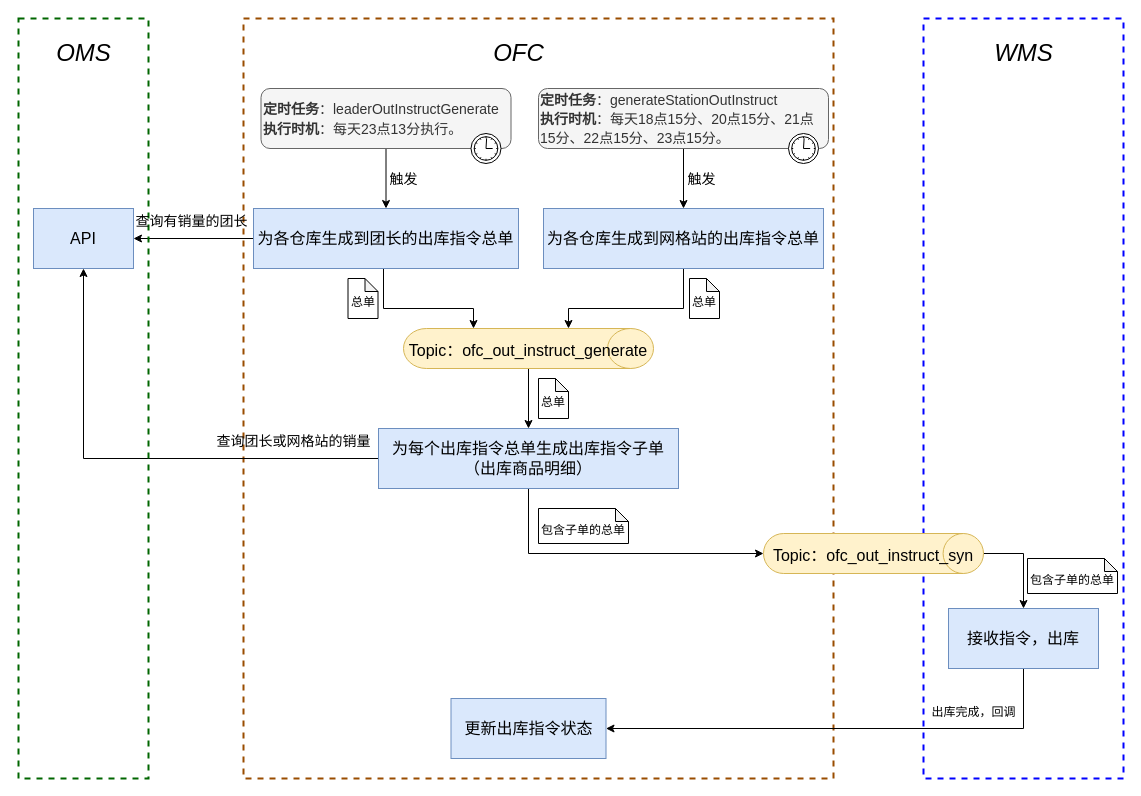
watermoonlx/drawio keeps this draw.io diagram as 生成出库指令的业务流程图.drawio. Above is the earlier version. Source tidied: cells renumbered, new cells numbered last; positions are measured from the earlier drawing's top-left corner, leaving out a move shared by most shapes. Both pictures are drawn from the tidied source at 100%, with x=0, y=0 at pixel (18, 18).
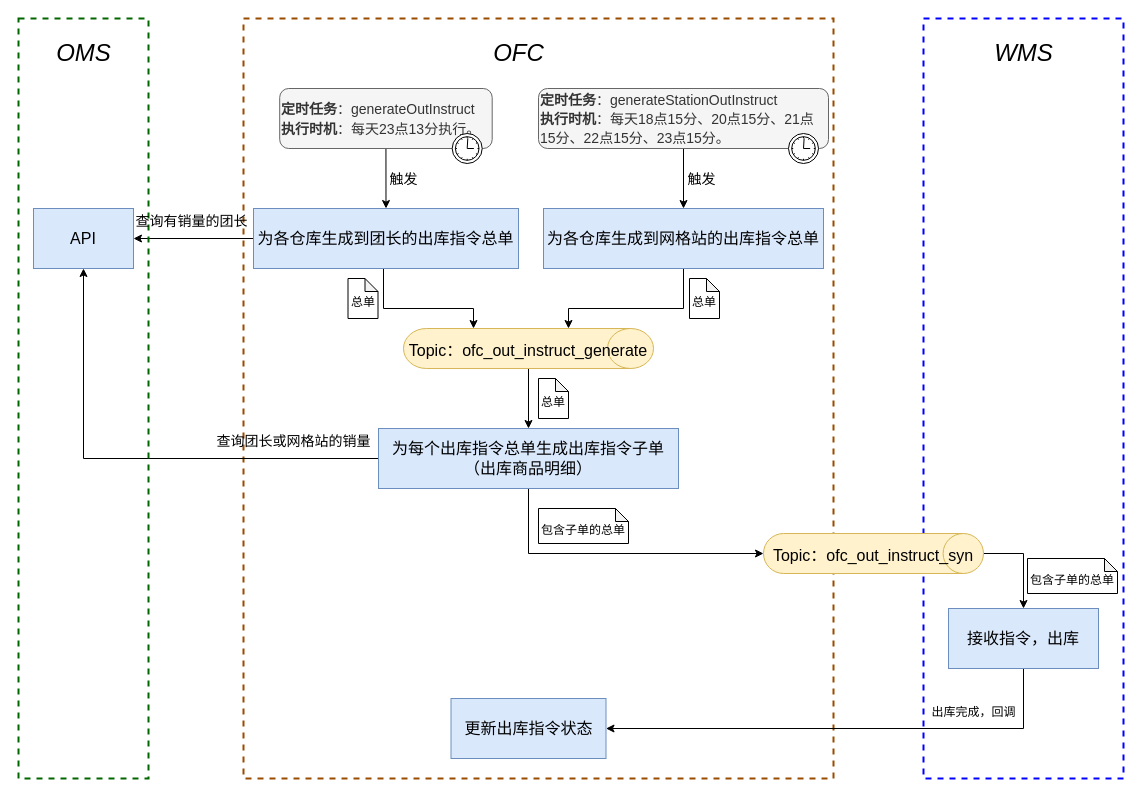
The same diagram, later.

Commit message:
Update 生成出库指令的业务流程图.drawio

The edit, as a diff of the source:
```diff
@@
-    <mxCell id="5" value="&lt;font style=&quot;font-size: 14px&quot;&gt;&lt;b&gt;定时任务&lt;/b&gt;：leaderOutInstructGenerate&lt;br&gt;&lt;b&gt;执行时机&lt;/b&gt;：每天23点13分执行。&lt;/font&gt;" style="html=1;whiteSpace=wrap;rounded=1;fontSize=16;align=left;fillColor=#f5f5f5;strokeColor=#666666;fontColor=#333333;" parent="1" vertex="1">
-      <mxGeometry x="242.5" y="70" width="250" height="60" as="geometry" />
+    <mxCell id="5" value="&lt;font style=&quot;font-size: 14px&quot;&gt;&lt;b&gt;定时任务&lt;/b&gt;：generateOutInstruct&lt;br&gt;&lt;b&gt;执行时机&lt;/b&gt;：每天23点13分执行。&lt;/font&gt;" style="html=1;whiteSpace=wrap;rounded=1;fontSize=16;align=left;fillColor=#f5f5f5;strokeColor=#666666;fontColor=#333333;" parent="1" vertex="1">
+      <mxGeometry x="261.2" y="70" width="212.5" height="60" as="geometry" />
     </mxCell>
```
